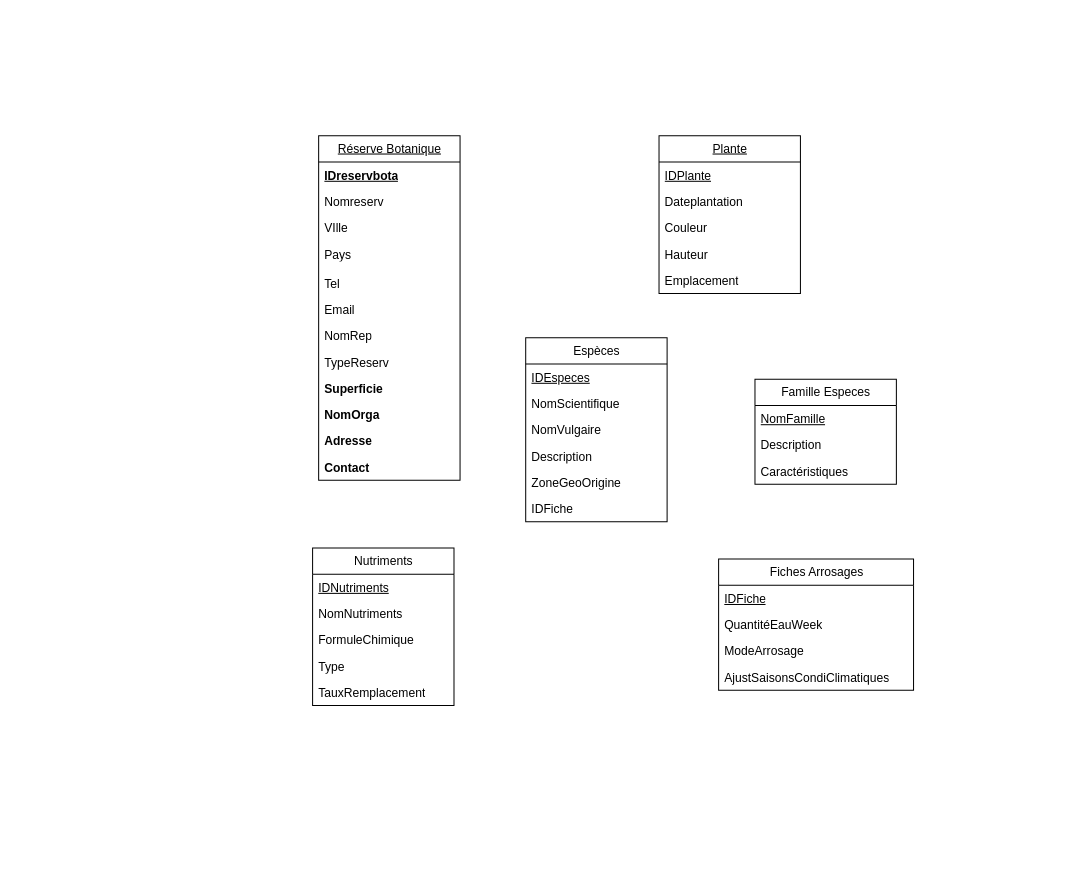
Earlier version of the draw.io diagram SAE3/Untitled Diagram.drawio (korasrar/Work). Source tidied: cells renumbered, new cells numbered last; positions are measured from the earlier drawing's top-left corner, leaving out a move shared by most shapes. Both pictures are drawn from the tidied source at 101%, with x=0, y=0 at pixel (312, 135).
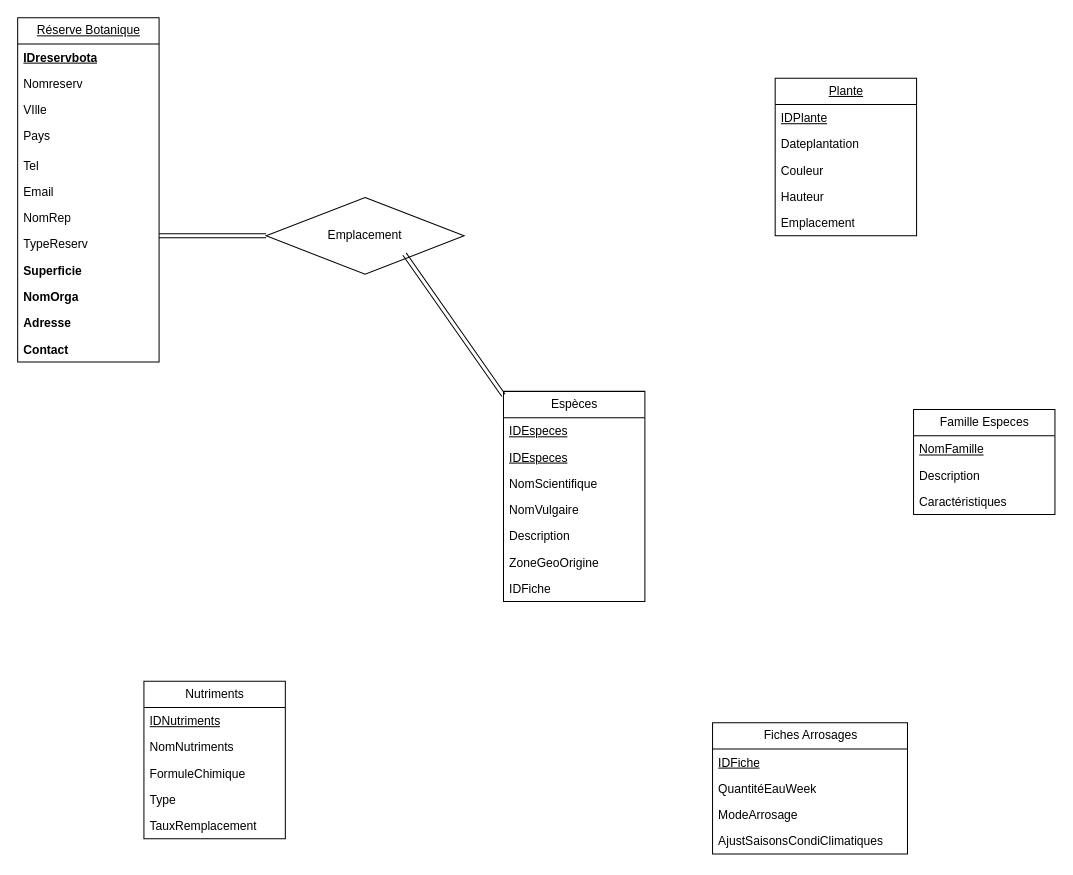
The same diagram, later.

Commit message:
Mettre à jour Untitled Diagram.drawio

What changed in the source:
```diff
@@
     <mxCell id="2" value="Réserve Botanique" style="swimlane;fontStyle=4;horizontal=1;startSize=26;fillColor=none;html=1;" parent="1" vertex="1">
-      <mxGeometry x="6" width="140" height="341" as="geometry" />
+      <mxGeometry x="-292" y="-117" width="140" height="341" as="geometry" />
     </mxCell>
@@
     <mxCell id="15" value="&lt;u&gt;Plante&lt;/u&gt;" style="swimlane;fontStyle=0;horizontal=1;startSize=26;fillColor=none;html=1;" parent="1" vertex="1">
-      <mxGeometry x="343" width="140" height="156" as="geometry" />
+      <mxGeometry x="458" y="-57" width="140" height="156" as="geometry" />
     </mxCell>
@@
     <mxCell id="21" value="Espèces" style="swimlane;fontStyle=0;horizontal=1;startSize=26;fillColor=none;html=1;" parent="1" vertex="1">
-      <mxGeometry x="211" y="200" width="140" height="182" as="geometry" />
+      <mxGeometry x="189" y="253" width="140" height="208" as="geometry" />
     </mxCell>
@@
+    <mxCell id="43" value="&lt;u&gt;IDEspeces&lt;/u&gt;" style="text;strokeColor=none;fillColor=none;align=left;verticalAlign=top;spacingLeft=4;spacingRight=4;overflow=hidden;whiteSpace=wrap;html=1;" parent="21" vertex="1">
+      <mxGeometry y="52" width="140" height="26" as="geometry" />
+    </mxCell>
     <mxCell id="23" value="NomScientifique" style="text;strokeColor=none;fillColor=none;align=left;verticalAlign=top;spacingLeft=4;spacingRight=4;overflow=hidden;whiteSpace=wrap;html=1;" parent="21" vertex="1">
-      <mxGeometry y="52" width="140" height="26" as="geometry" />
+      <mxGeometry y="78" width="140" height="26" as="geometry" />
     </mxCell>
     <mxCell id="24" value="NomVulgaire" style="text;strokeColor=none;fillColor=none;align=left;verticalAlign=top;spacingLeft=4;spacingRight=4;overflow=hidden;whiteSpace=wrap;html=1;" parent="21" vertex="1">
-      <mxGeometry y="78" width="140" height="26" as="geometry" />
+      <mxGeometry y="104" width="140" height="26" as="geometry" />
     </mxCell>
     <mxCell id="25" value="Description" style="text;strokeColor=none;fillColor=none;align=left;verticalAlign=top;spacingLeft=4;spacingRight=4;overflow=hidden;whiteSpace=wrap;html=1;" parent="21" vertex="1">
-      <mxGeometry y="104" width="140" height="26" as="geometry" />
+      <mxGeometry y="130" width="140" height="26" as="geometry" />
     </mxCell>
     <mxCell id="26" value="ZoneGeoOrigine" style="text;strokeColor=none;fillColor=none;align=left;verticalAlign=top;spacingLeft=4;spacingRight=4;overflow=hidden;whiteSpace=wrap;html=1;" parent="21" vertex="1">
-      <mxGeometry y="130" width="140" height="26" as="geometry" />
+      <mxGeometry y="156" width="140" height="26" as="geometry" />
     </mxCell>
     <mxCell id="27" value="IDFiche" style="text;strokeColor=none;fillColor=none;align=left;verticalAlign=top;spacingLeft=4;spacingRight=4;overflow=hidden;whiteSpace=wrap;html=1;" parent="21" vertex="1">
-      <mxGeometry y="156" width="140" height="26" as="geometry" />
+      <mxGeometry y="182" width="140" height="26" as="geometry" />
     </mxCell>
     <mxCell id="28" value="Famille Especes" style="swimlane;fontStyle=0;horizontal=1;startSize=26;fillColor=none;html=1;" parent="1" vertex="1">
-      <mxGeometry x="438" y="241" width="140" height="104" as="geometry" />
+      <mxGeometry x="595" y="271" width="140" height="104" as="geometry" />
     </mxCell>
@@
     <mxCell id="32" value="Fiches Arrosages" style="swimlane;fontStyle=0;horizontal=1;startSize=26;fillColor=none;html=1;" parent="1" vertex="1">
-      <mxGeometry x="402" y="419" width="193" height="130" as="geometry" />
+      <mxGeometry x="396" y="581" width="193" height="130" as="geometry" />
     </mxCell>
@@
     <mxCell id="37" value="Nutriments" style="swimlane;fontStyle=0;horizontal=1;startSize=26;fillColor=none;html=1;" parent="1" vertex="1">
-      <mxGeometry y="408" width="140" height="156" as="geometry" />
+      <mxGeometry x="-167" y="540" width="140" height="156" as="geometry" />
     </mxCell>
@@
+    <mxCell id="44" value="Emplacement" style="rhombus;whiteSpace=wrap;html=1;" parent="1" vertex="1">
+      <mxGeometry x="-46" y="61" width="196" height="76" as="geometry" />
+    </mxCell>
+    <mxCell id="45" style="shape=link;html=1;rounded=0;fontSize=12;startSize=8;endSize=8;curved=1;entryX=0;entryY=0.5;entryDx=0;entryDy=0;" parent="1" edge="1" target="44">
+      <mxGeometry relative="1" as="geometry">
+        <mxPoint x="-152" y="99" as="sourcePoint" />
+      </mxGeometry>
+    </mxCell>
+    <mxCell id="46" style="shape=link;html=1;rounded=0;fontSize=12;startSize=8;endSize=8;curved=1;" parent="1" edge="1" target="21">
+      <mxGeometry relative="1" as="geometry">
+        <mxPoint x="91" y="117" as="sourcePoint" />
+      </mxGeometry>
+    </mxCell>
```
